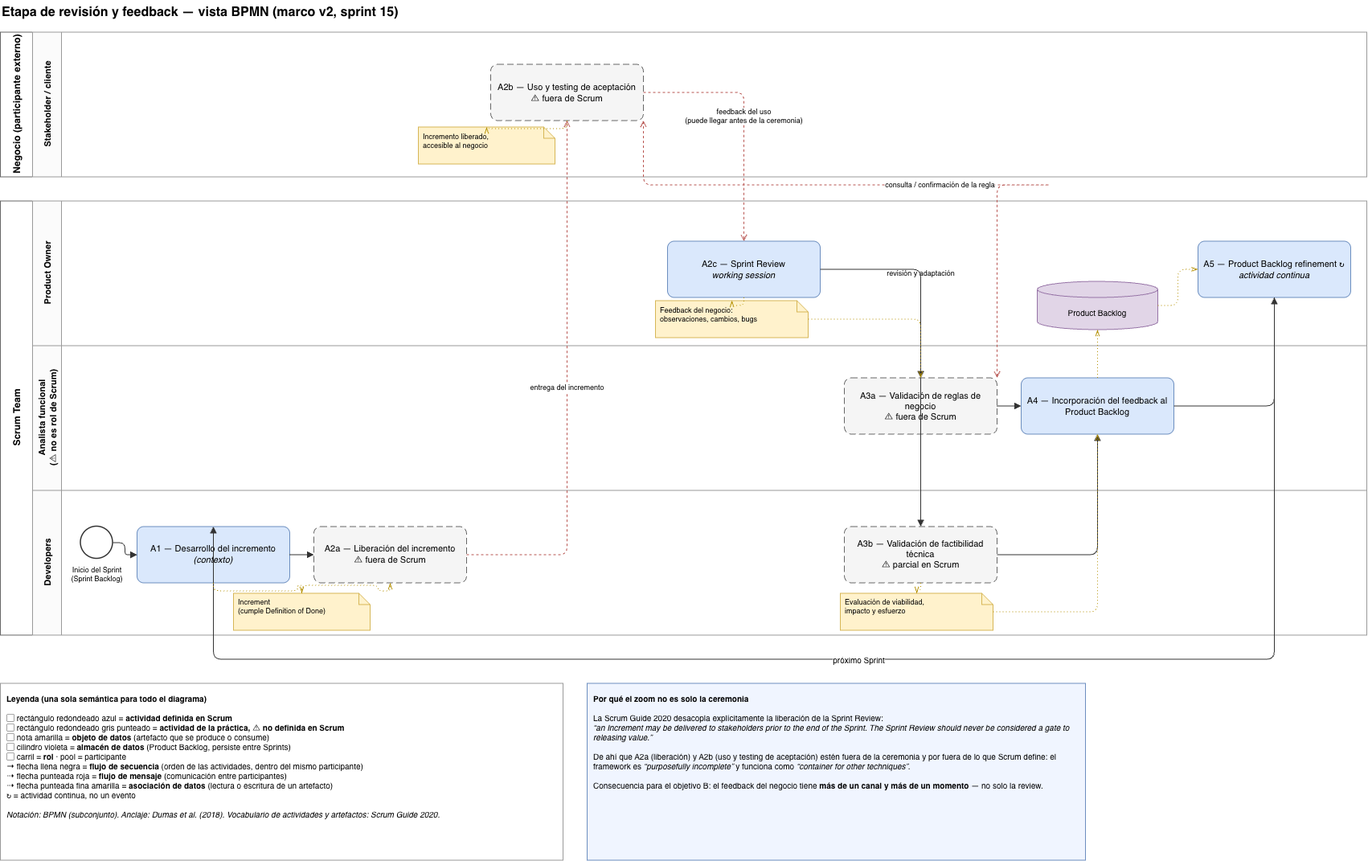
Earlier version of the draw.io export sprint 15/diagramas/marco_feedback_bpmn.png (vickychappuis/Tesis). Source tidied: cells renumbered, new cells last; positions are measured from the earlier drawing's top-left corner, leaving out a move shared by most shapes.
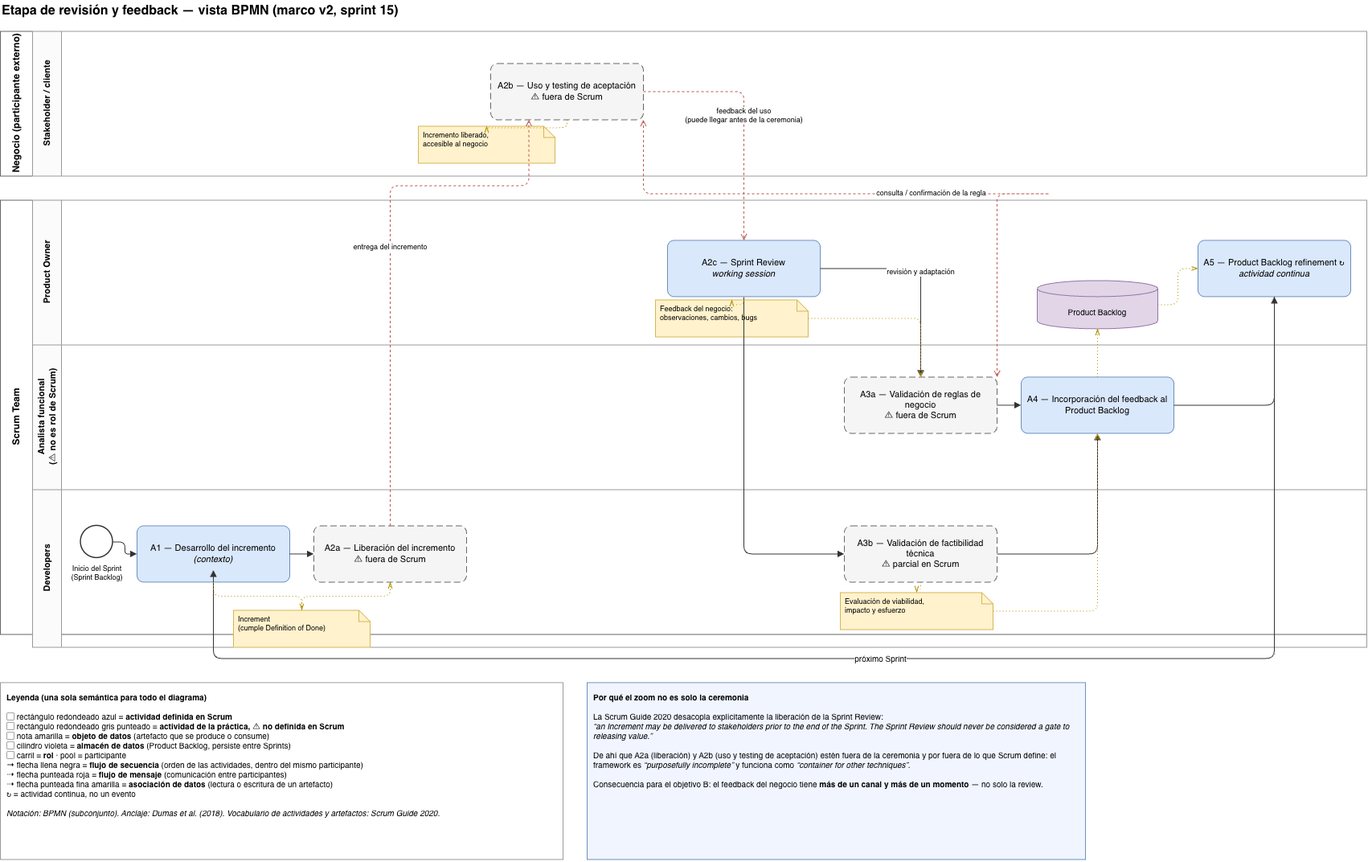
Later version of the same file.

Commit message:
sprint 15: precisar la relacion entre la Guia y el material divulgativo

What changed in the source:
```diff
@@ -21,8 +21,11 @@
       <mxGeometry x="40" y="430" width="1660" height="180" as="geometry" />
     </mxCell>
     <mxCell id="8" value="Developers" style="swimlane;html=1;horizontal=0;startSize=36;fillColor=#FBFBFB;strokeColor=#999999;fontSize=11;" parent="1" vertex="1">
-      <mxGeometry x="40" y="610" width="1660" height="180" as="geometry" />
+      <mxGeometry x="40" y="610" width="1660" height="196" as="geometry" />
     </mxCell>
+    <mxCell id="19" value="Increment&lt;br&gt;(cumple Definition of Done)" style="shape=note;whiteSpace=wrap;html=1;size=14;fillColor=#FFF2CC;strokeColor=#D6B656;fontSize=9;verticalAlign=top;align=left;spacingLeft=4;" parent="8" vertex="1">
+      <mxGeometry x="250" y="150" width="170" height="46" as="geometry" />
+    </mxCell>
     <mxCell id="9" style="ellipse;html=1;fillColor=#FFFFFF;strokeColor=#333333;strokeWidth=1.5;" parent="1" vertex="1">
       <mxGeometry x="100" y="655" width="40" height="40" as="geometry" />
     </mxCell>
@@ -53,9 +56,6 @@
     <mxCell id="18" value="A5 — Product Backlog refinement ↻&lt;br&gt;&lt;i&gt;actividad continua&lt;/i&gt;" style="rounded=1;arcSize=12;whiteSpace=wrap;html=1;fillColor=#DAE8FC;strokeColor=#6C8EBF;fontSize=11;" parent="1" vertex="1">
       <mxGeometry x="1490" y="300" width="190" height="70" as="geometry" />
     </mxCell>
-    <mxCell id="19" value="Increment&lt;br&gt;(cumple Definition of Done)" style="shape=note;whiteSpace=wrap;html=1;size=14;fillColor=#FFF2CC;strokeColor=#D6B656;fontSize=9;verticalAlign=top;align=left;spacingLeft=4;" parent="1" vertex="1">
-      <mxGeometry x="290" y="738" width="170" height="46" as="geometry" />
-    </mxCell>
     <mxCell id="20" value="Incremento liberado,&lt;br&gt;accesible al negocio" style="shape=note;whiteSpace=wrap;html=1;size=14;fillColor=#FFF2CC;strokeColor=#D6B656;fontSize=9;verticalAlign=top;align=left;spacingLeft=4;" parent="1" vertex="1">
       <mxGeometry x="520" y="158" width="170" height="46" as="geometry" />
     </mxCell>
@@ -77,8 +77,12 @@
     <mxCell id="26" value="revisión y adaptación" style="edgeStyle=orthogonalEdgeStyle;rounded=1;html=1;endArrow=block;endFill=1;strokeColor=#333333;fontSize=9;" parent="1" edge="1" source="14" target="15">
       <mxGeometry relative="1" as="geometry" />
     </mxCell>
-    <mxCell id="27" style="edgeStyle=orthogonalEdgeStyle;rounded=1;html=1;endArrow=block;endFill=1;strokeColor=#333333;" parent="1" edge="1" source="14" target="16">
-      <mxGeometry relative="1" as="geometry" />
+    <mxCell id="27" style="edgeStyle=orthogonalEdgeStyle;rounded=1;html=1;endArrow=block;endFill=1;strokeColor=#333333;exitX=0.5;exitY=1;exitDx=0;exitDy=0;entryX=0;entryY=0.5;entryDx=0;entryDy=0;" parent="1" edge="1" source="14" target="16">
+      <mxGeometry relative="1" as="geometry">
+        <Array as="points">
+          <mxPoint x="925" y="690" />
+        </Array>
+      </mxGeometry>
     </mxCell>
     <mxCell id="28" style="edgeStyle=orthogonalEdgeStyle;rounded=1;html=1;endArrow=block;endFill=1;strokeColor=#333333;" parent="1" edge="1" source="15" target="17">
       <mxGeometry relative="1" as="geometry" />
@@ -89,16 +93,22 @@
     <mxCell id="30" style="edgeStyle=orthogonalEdgeStyle;rounded=1;html=1;endArrow=block;endFill=1;strokeColor=#333333;" parent="1" edge="1" source="17" target="18">
       <mxGeometry relative="1" as="geometry" />
     </mxCell>
-    <mxCell id="31" value="próximo Sprint" style="edgeStyle=orthogonalEdgeStyle;rounded=1;html=1;endArrow=block;endFill=1;strokeColor=#333333;fontSize=10;exitX=0.5;exitY=1;exitDx=0;exitDy=0;entryX=0.5;entryY=0;entryDx=0;entryDy=0;" parent="1" edge="1" source="18" target="11">
+    <mxCell id="31" value="próximo Sprint" style="edgeStyle=orthogonalEdgeStyle;rounded=1;html=1;endArrow=block;endFill=1;strokeColor=#333333;fontSize=10;exitX=0.5;exitY=1;exitDx=0;exitDy=0;" parent="1" edge="1" source="18">
       <mxGeometry relative="1" as="geometry">
+        <mxPoint x="265" y="710" as="targetPoint" />
         <Array as="points">
           <mxPoint x="1585" y="820" />
           <mxPoint x="265" y="820" />
         </Array>
       </mxGeometry>
     </mxCell>
-    <mxCell id="32" value="entrega del incremento" style="edgeStyle=orthogonalEdgeStyle;rounded=1;html=1;dashed=1;endArrow=open;endFill=0;strokeColor=#B85450;fontSize=9;" parent="1" edge="1" source="12" target="13">
-      <mxGeometry relative="1" as="geometry" />
+    <mxCell id="32" value="entrega del incremento" style="edgeStyle=orthogonalEdgeStyle;rounded=1;html=1;dashed=1;endArrow=open;endFill=0;strokeColor=#B85450;fontSize=9;exitX=0.5;exitY=0;exitDx=0;exitDy=0;entryX=0.25;entryY=1;entryDx=0;entryDy=0;verticalAlign=bottom;labelBackgroundColor=#FFFFFF;" parent="1" edge="1" source="12" target="13">
+      <mxGeometry relative="1" as="geometry">
+        <Array as="points">
+          <mxPoint x="485" y="232" />
+          <mxPoint x="658" y="232" />
+        </Array>
+      </mxGeometry>
     </mxCell>
     <mxCell id="33" value="feedback del uso&lt;br&gt;(puede llegar antes de la ceremonia)" style="edgeStyle=orthogonalEdgeStyle;rounded=1;html=1;dashed=1;endArrow=open;endFill=0;strokeColor=#B85450;fontSize=9;" parent="1" edge="1" source="13" target="14">
       <mxGeometry relative="1" as="geometry" />
@@ -106,8 +116,8 @@
     <mxCell id="34" value="consulta / confirmación de la regla" style="edgeStyle=orthogonalEdgeStyle;rounded=1;html=1;dashed=1;startArrow=open;startFill=0;endArrow=open;endFill=0;strokeColor=#B85450;fontSize=9;exitX=1;exitY=0;exitDx=0;exitDy=0;entryX=1;entryY=1;entryDx=0;entryDy=0;" parent="1" edge="1" source="15" target="13">
       <mxGeometry relative="1" as="geometry">
         <Array as="points">
-          <mxPoint x="1310" y="230" />
-          <mxPoint x="840" y="230" />
+          <mxPoint x="1310" y="242" />
+          <mxPoint x="798" y="242" />
         </Array>
       </mxGeometry>
     </mxCell>
```
